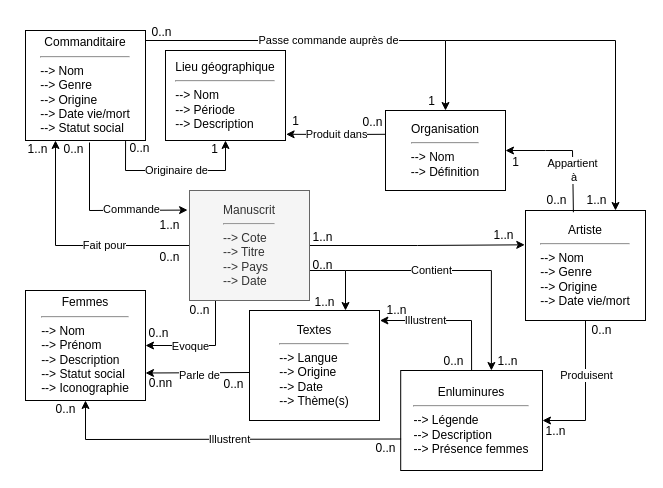
Earlier version of the draw.io diagram Diagramme_manuscrits_enlluminés.drawio (ellieiri/enluminures_arthuriennes). Source tidied: cells renumbered, new cells numbered last; positions are measured from the earlier drawing's top-left corner, leaving out a move shared by most shapes. Both pictures are drawn from the tidied source at 100%, with x=0, y=0 at pixel (17, 17).
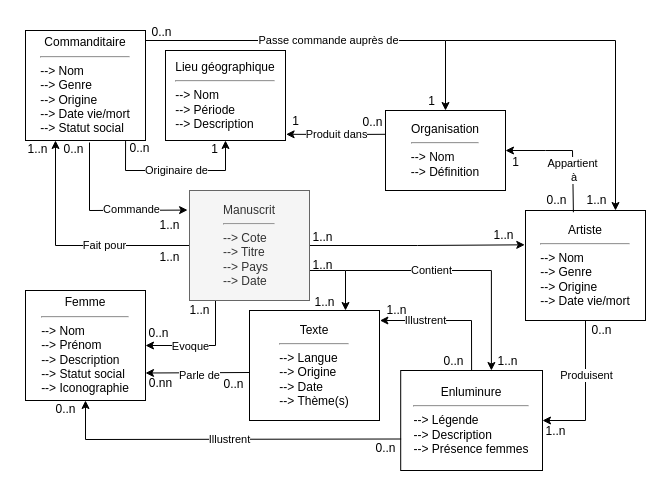
The same page after the edit.

Commit message:
Mettre à jour Diagramme_manuscrits_enlluminés.drawio

Change to the diagram source:
```diff
@@
-    <mxCell id="13" value="&lt;div&gt;Enluminures&lt;br&gt;&lt;/div&gt;&lt;div&gt;&lt;hr&gt;&lt;/div&gt;&lt;div align=&quot;left&quot;&gt;--&amp;gt; Légende&lt;br&gt;--&amp;gt; Description&lt;br&gt;--&amp;gt; Présence femmes&lt;br&gt;&lt;/div&gt;" style="rounded=0;whiteSpace=wrap;html=1;" parent="1" vertex="1">
+    <mxCell id="13" value="&lt;div&gt;Enluminure&lt;br&gt;&lt;/div&gt;&lt;div&gt;&lt;hr&gt;&lt;/div&gt;&lt;div align=&quot;left&quot;&gt;--&amp;gt; Légende&lt;br&gt;--&amp;gt; Description&lt;br&gt;--&amp;gt; Présence femmes&lt;br&gt;&lt;/div&gt;" style="rounded=0;whiteSpace=wrap;html=1;" parent="1" vertex="1">
       <mxGeometry x="383.2" y="353" width="141.8" height="100" as="geometry" />
     </mxCell>
-    <mxCell id="14" value="&lt;div align=&quot;center&quot;&gt;Textes&lt;/div&gt;&lt;div align=&quot;center&quot;&gt;&lt;hr&gt;&lt;/div&gt;&lt;div align=&quot;left&quot;&gt;--&amp;gt; Langue&lt;br&gt;--&amp;gt; Origine&lt;br&gt;--&amp;gt; Date&lt;br&gt;--&amp;gt; Thème(s)&lt;br&gt;&lt;/div&gt;" style="rounded=0;whiteSpace=wrap;html=1;align=center;" parent="1" vertex="1">
+    <mxCell id="14" value="&lt;div align=&quot;center&quot;&gt;Texte&lt;/div&gt;&lt;div align=&quot;center&quot;&gt;&lt;hr&gt;&lt;/div&gt;&lt;div align=&quot;left&quot;&gt;--&amp;gt; Langue&lt;br&gt;--&amp;gt; Origine&lt;br&gt;--&amp;gt; Date&lt;br&gt;--&amp;gt; Thème(s)&lt;/div&gt;" style="rounded=0;whiteSpace=wrap;html=1;align=center;" parent="1" vertex="1">
       <mxGeometry x="232" y="293" width="130" height="110" as="geometry" />
     </mxCell>
@@
-    <mxCell id="23" value="&lt;div&gt;Femmes&lt;br&gt;&lt;/div&gt;&lt;div&gt;&lt;hr&gt;&lt;/div&gt;&lt;div align=&quot;left&quot;&gt;--&amp;gt; Nom&lt;br&gt;--&amp;gt; Prénom&lt;br&gt;--&amp;gt; Description&lt;br&gt;--&amp;gt; Statut social&lt;/div&gt;&lt;div align=&quot;left&quot;&gt;--&amp;gt; Iconographie&lt;br&gt;&lt;/div&gt;" style="rounded=0;whiteSpace=wrap;html=1;" parent="1" vertex="1">
+    <mxCell id="23" value="&lt;div&gt;Femme&lt;br&gt;&lt;/div&gt;&lt;div&gt;&lt;hr&gt;&lt;/div&gt;&lt;div align=&quot;left&quot;&gt;--&amp;gt; Nom&lt;br&gt;--&amp;gt; Prénom&lt;br&gt;--&amp;gt; Description&lt;br&gt;--&amp;gt; Statut social&lt;/div&gt;&lt;div align=&quot;left&quot;&gt;--&amp;gt; Iconographie&lt;br&gt;&lt;/div&gt;" style="rounded=0;whiteSpace=wrap;html=1;" parent="1" vertex="1">
       <mxGeometry x="8" y="273" width="120" height="110" as="geometry" />
     </mxCell>
@@
-    <mxCell id="31" value="0..n" style="text;html=1;align=center;verticalAlign=middle;strokeColor=none;fillColor=none;" parent="1" vertex="1">
+    <mxCell id="31" value="1..n" style="text;html=1;align=center;verticalAlign=middle;strokeColor=none;fillColor=none;" parent="1" vertex="1">
       <mxGeometry x="132" y="225" width="40" height="30" as="geometry" />
     </mxCell>
@@
-    <mxCell id="36" value="0..n" style="text;html=1;align=center;verticalAlign=middle;strokeColor=none;fillColor=none;" parent="1" vertex="1">
+    <mxCell id="36" value="1..n" style="text;html=1;align=center;verticalAlign=middle;strokeColor=none;fillColor=none;" parent="1" vertex="1">
       <mxGeometry x="162" y="278" width="40" height="30" as="geometry" />
     </mxCell>
@@
-    <mxCell id="49" value="0..n" style="text;html=1;align=center;verticalAlign=middle;strokeColor=none;fillColor=none;" parent="1" vertex="1">
+    <mxCell id="49" value="1..n" style="text;html=1;align=center;verticalAlign=middle;strokeColor=none;fillColor=none;" parent="1" vertex="1">
       <mxGeometry x="285" y="233" width="40" height="30" as="geometry" />
     </mxCell>
```
